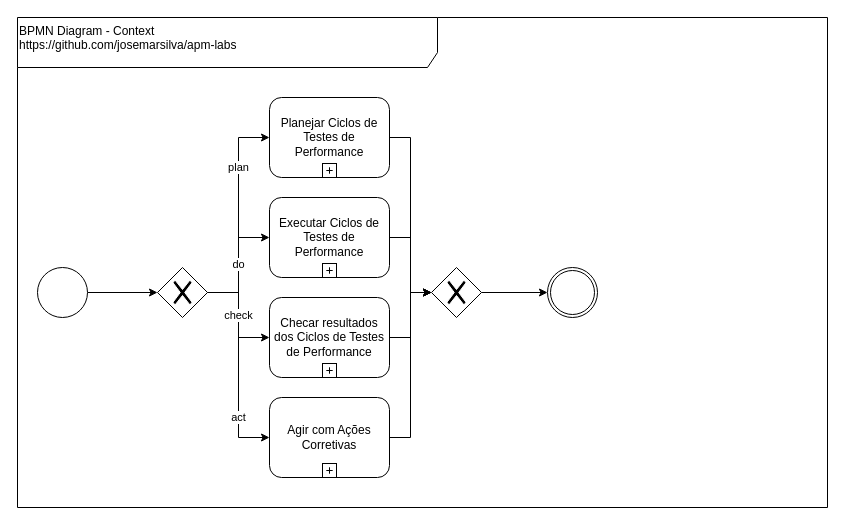
The draw.io diagram doc/BpmnDiagram-Context.drawio in josemarsilva/apm-labs, before the edit. Source tidied: cells renumbered, new cells numbered last; positions are measured from the earlier drawing's top-left corner, leaving out a move shared by most shapes. Both pictures are drawn from the tidied source at 100%, with x=0, y=0 at pixel (17, 17).
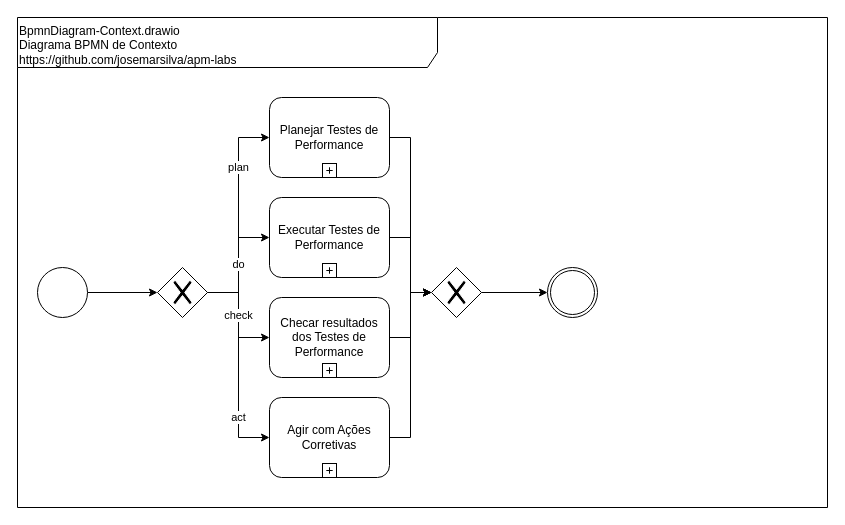
The same diagram, later.

The edit, as a diff of the source:
```diff
@@
-    <mxCell id="2" value="&lt;div&gt;&lt;/div&gt;BPMN Diagram - Context&lt;br&gt;https://github.com/josemarsilva/apm-labs" style="shape=umlFrame;whiteSpace=wrap;html=1;width=420;height=50;verticalAlign=top;align=left;" parent="1" vertex="1">
+    <mxCell id="2" value="&lt;div&gt;&lt;/div&gt;BpmnDiagram-Context.drawio&lt;br&gt;Diagrama BPMN de Contexto&lt;br&gt;https://github.com/josemarsilva/apm-labs" style="shape=umlFrame;whiteSpace=wrap;html=1;width=420;height=50;verticalAlign=top;align=left;" parent="1" vertex="1">
       <mxGeometry width="810" height="490" as="geometry" />
     </mxCell>
@@
-    <mxCell id="13" value="Executar Ciclos de Testes de Performance" style="html=1;whiteSpace=wrap;rounded=1;align=center;" parent="1" vertex="1">
+    <mxCell id="13" value="Executar Testes de Performance" style="html=1;whiteSpace=wrap;rounded=1;align=center;" parent="1" vertex="1">
       <mxGeometry x="252" y="180" width="120" height="80" as="geometry" />
     </mxCell>
@@
-    <mxCell id="16" value="Checar resultados dos Ciclos de Testes de Performance" style="html=1;whiteSpace=wrap;rounded=1;align=center;" parent="1" vertex="1">
+    <mxCell id="16" value="Checar resultados dos Testes de Performance" style="html=1;whiteSpace=wrap;rounded=1;align=center;" parent="1" vertex="1">
       <mxGeometry x="252" y="280" width="120" height="80" as="geometry" />
     </mxCell>
@@
-    <mxCell id="19" value="Planejar Ciclos de Testes de Performance" style="html=1;whiteSpace=wrap;rounded=1;align=center;" parent="1" vertex="1">
+    <mxCell id="19" value="Planejar Testes de Performance" style="html=1;whiteSpace=wrap;rounded=1;align=center;" parent="1" vertex="1">
       <mxGeometry x="252" y="80" width="120" height="80" as="geometry" />
     </mxCell>
```
